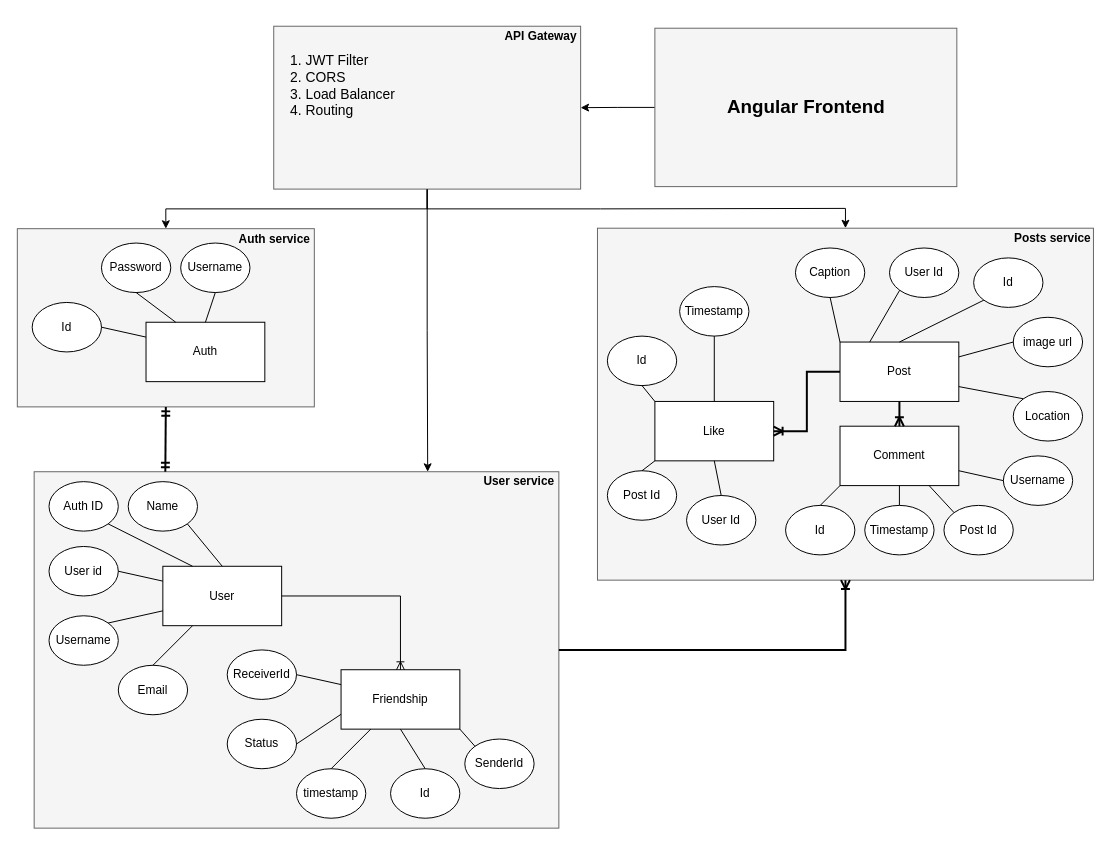
Earlier version of the draw.io diagram socio.drawio (meethariya/Socio). Source tidied: cells renumbered, new cells numbered last; positions are measured from the earlier drawing's top-left corner, leaving out a move shared by most shapes. Both pictures are drawn from the tidied source at 99%, with x=0, y=0 at pixel (17, 26).
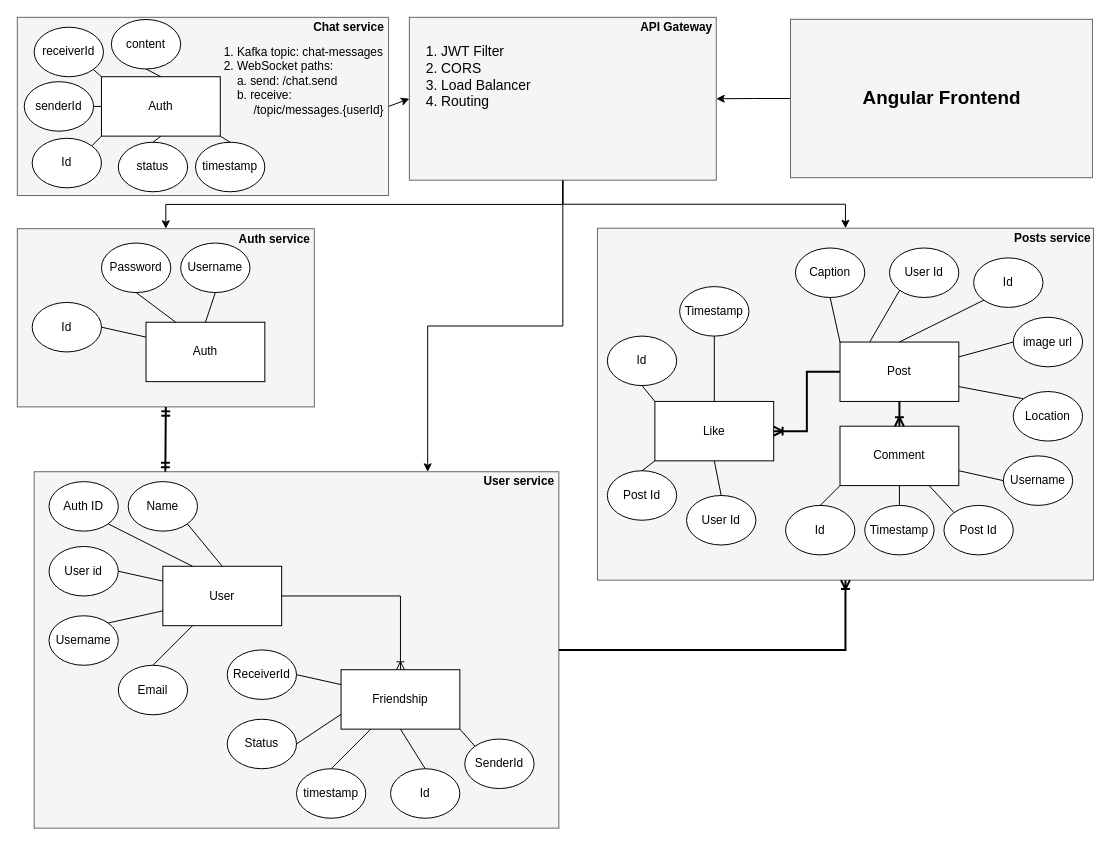
Above is the later version.

The change refers to these unchanged cells:
```xml
<mxCell id="3" style="rounded=0;whiteSpace=wrap;html=1;fillColor=#f5f5f5;fontColor=#333333;strokeColor=#666666;" parent="1" vertex="1">
  <mxGeometry y="204.5" width="300" height="180" as="geometry" />
</mxCell>
```

The edit, as a diff of the source:
```diff
@@
-    <mxCell id="51" style="edgeStyle=orthogonalEdgeStyle;rounded=0;jettySize=auto;html=1;entryX=0.5;entryY=0;entryDx=0;entryDy=0;" parent="1" edge="1" source="53" target="3">
+    <mxCell id="51" style="edgeStyle=orthogonalEdgeStyle;rounded=0;jettySize=auto;html=1;entryX=0.5;entryY=0;entryDx=0;entryDy=0;exitX=0.5;exitY=1;exitDx=0;exitDy=0;" parent="1" edge="1" source="53" target="3">
       <mxGeometry relative="1" as="geometry" />
     </mxCell>
@@
     <mxCell id="53" style="rounded=0;whiteSpace=wrap;html=1;fillColor=#f5f5f5;fontColor=#333333;strokeColor=#666666;" parent="1" vertex="1">
-      <mxGeometry x="259" width="310" height="164.5" as="geometry" />
+      <mxGeometry x="396" y="-9" width="310" height="164.5" as="geometry" />
     </mxCell>
     <mxCell id="54" value="&lt;b&gt;API Gateway&lt;/b&gt;" style="text;html=1;align=center;verticalAlign=middle;whiteSpace=wrap;rounded=0;" parent="1" vertex="1">
-      <mxGeometry x="489" width="80" height="20" as="geometry" />
+      <mxGeometry x="626" y="-9" width="80" height="20" as="geometry" />
     </mxCell>
     <mxCell id="55" value="&lt;font style=&quot;font-size: 14px;&quot;&gt;1. JWT Filter&lt;/font&gt;&lt;div&gt;&lt;font style=&quot;font-size: 14px;&quot;&gt;2. CORS&lt;/font&gt;&lt;/div&gt;&lt;div&gt;&lt;font style=&quot;font-size: 14px;&quot;&gt;3. Load Balancer&lt;/font&gt;&lt;/div&gt;&lt;div&gt;&lt;font style=&quot;font-size: 14px;&quot;&gt;4. Routing&lt;/font&gt;&lt;/div&gt;" style="text;html=1;align=left;verticalAlign=top;whiteSpace=wrap;rounded=0;" parent="1" vertex="1">
-      <mxGeometry x="274" y="19.5" width="285" height="125" as="geometry" />
+      <mxGeometry x="411" y="10.5" width="285" height="125" as="geometry" />
     </mxCell>
@@
     <mxCell id="57" style="rounded=0;whiteSpace=wrap;html=1;fillColor=#f5f5f5;fontColor=#333333;strokeColor=#666666;" parent="1" vertex="1">
-      <mxGeometry x="644" y="2" width="305" height="160" as="geometry" />
+      <mxGeometry x="781" y="-7" width="305" height="160" as="geometry" />
     </mxCell>
     <mxCell id="58" value="&lt;font style=&quot;font-size: 19px;&quot;&gt;&lt;b style=&quot;&quot;&gt;Angular Frontend&lt;/b&gt;&lt;/font&gt;" style="text;html=1;align=center;verticalAlign=middle;whiteSpace=wrap;rounded=0;" parent="1" vertex="1">
-      <mxGeometry x="711.5" y="52.2" width="170" height="60" as="geometry" />
+      <mxGeometry x="848.5" y="43.2" width="170" height="60" as="geometry" />
     </mxCell>
@@
+    <mxCell id="80" style="rounded=0;whiteSpace=wrap;html=1;fillColor=#f5f5f5;fontColor=#333333;strokeColor=#666666;" parent="1" vertex="1">
+      <mxGeometry y="-9" width="375" height="180" as="geometry" />
+    </mxCell>
+    <mxCell id="81" value="&lt;b&gt;Chat service&lt;/b&gt;" style="text;html=1;align=center;verticalAlign=middle;whiteSpace=wrap;rounded=0;" parent="1" vertex="1">
+      <mxGeometry x="295" y="-9" width="80" height="20" as="geometry" />
+    </mxCell>
+    <mxCell id="82" value="Auth" style="rounded=0;whiteSpace=wrap;html=1;" parent="1" vertex="1">
+      <mxGeometry x="85" y="51" width="120" height="60" as="geometry" />
+    </mxCell>
+    <mxCell id="83" value="Id" style="ellipse;whiteSpace=wrap;html=1;" parent="1" vertex="1">
+      <mxGeometry x="15" y="113.2" width="70" height="50" as="geometry" />
+    </mxCell>
+    <mxCell id="84" value="senderId" style="ellipse;whiteSpace=wrap;html=1;" parent="1" vertex="1">
+      <mxGeometry x="7" y="56" width="70" height="50" as="geometry" />
+    </mxCell>
+    <mxCell id="85" value="receiverId" style="ellipse;whiteSpace=wrap;html=1;" parent="1" vertex="1">
+      <mxGeometry x="17" y="1" width="70" height="50" as="geometry" />
+    </mxCell>
+    <mxCell id="86" value="content" style="ellipse;whiteSpace=wrap;html=1;" parent="1" vertex="1">
+      <mxGeometry x="95" y="-6.8" width="70" height="50" as="geometry" />
+    </mxCell>
+    <mxCell id="87" value="status" style="ellipse;whiteSpace=wrap;html=1;" parent="1" vertex="1">
+      <mxGeometry x="102" y="117.2" width="70" height="50" as="geometry" />
+    </mxCell>
+    <mxCell id="88" value="timestamp" style="ellipse;whiteSpace=wrap;html=1;" parent="1" vertex="1">
+      <mxGeometry x="180" y="117.2" width="70" height="50" as="geometry" />
+    </mxCell>
+    <mxCell id="89" style="endArrow=none;html=1;rounded=0;entryX=0.5;entryY=1;entryDx=0;entryDy=0;exitX=0.5;exitY=0;exitDx=0;exitDy=0;" parent="1" edge="1" source="82" target="86">
+      <mxGeometry relative="1" as="geometry" />
+    </mxCell>
+    <mxCell id="90" style="endArrow=none;html=1;rounded=0;entryX=1;entryY=1;entryDx=0;entryDy=0;exitX=0;exitY=0;exitDx=0;exitDy=0;" parent="1" edge="1" source="82" target="85">
+      <mxGeometry relative="1" as="geometry" />
+    </mxCell>
+    <mxCell id="91" style="endArrow=none;html=1;rounded=0;entryX=1;entryY=0.5;entryDx=0;entryDy=0;exitX=0;exitY=0.5;exitDx=0;exitDy=0;" parent="1" edge="1" source="82" target="84">
+      <mxGeometry relative="1" as="geometry" />
+    </mxCell>
+    <mxCell id="92" style="endArrow=none;html=1;rounded=0;entryX=1;entryY=0;entryDx=0;entryDy=0;exitX=0;exitY=1;exitDx=0;exitDy=0;" parent="1" edge="1" source="82" target="83">
+      <mxGeometry relative="1" as="geometry" />
+    </mxCell>
+    <mxCell id="93" style="endArrow=none;html=1;rounded=0;entryX=0.5;entryY=0;entryDx=0;entryDy=0;exitX=0.5;exitY=1;exitDx=0;exitDy=0;" parent="1" edge="1" source="82" target="87">
+      <mxGeometry relative="1" as="geometry" />
+    </mxCell>
+    <mxCell id="94" style="endArrow=none;html=1;rounded=0;entryX=0.5;entryY=0;entryDx=0;entryDy=0;exitX=1;exitY=1;exitDx=0;exitDy=0;" parent="1" edge="1" source="82" target="88">
+      <mxGeometry relative="1" as="geometry" />
+    </mxCell>
+    <mxCell id="95" value="1. Kafka topic:&amp;nbsp;&lt;span style=&quot;background-color: transparent; color: light-dark(rgb(0, 0, 0), rgb(255, 255, 255));&quot;&gt;chat-messages&lt;/span&gt;&lt;div&gt;2. WebSocket paths:&lt;/div&gt;&lt;div&gt;&amp;nbsp; &amp;nbsp; a. send:&amp;nbsp;/chat.send&lt;/div&gt;&lt;div&gt;&amp;nbsp; &amp;nbsp; b. receive:&amp;nbsp;&lt;/div&gt;&lt;div&gt;&amp;nbsp; &amp;nbsp; &amp;nbsp; &amp;nbsp; &amp;nbsp;/topic/messages.{userId}&lt;/div&gt;" style="text;html=1;align=left;verticalAlign=top;whiteSpace=wrap;rounded=0;" parent="1" vertex="1">
+      <mxGeometry x="207" y="13" width="168" height="98" as="geometry" />
+    </mxCell>
+    <mxCell id="96" style="rounded=0;jettySize=auto;html=1;entryX=0;entryY=0.5;entryDx=0;entryDy=0;exitX=1;exitY=0.5;exitDx=0;exitDy=0;" parent="1" edge="1" source="80" target="53">
+      <mxGeometry relative="1" as="geometry" />
+    </mxCell>
```
